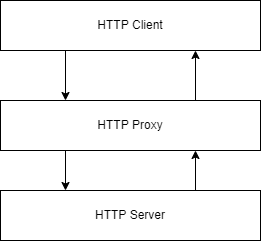
The draw.io diagram assignments/part_5_proxies/nginx_setup.drawio.png in bjartnes/http-workshop, before a commit. Source tidied: cells renumbered, new cells last; positions are measured from the earlier drawing's top-left corner, leaving out a move shared by most shapes. The source it was exported from:
```xml
<mxGraphModel>
  <root>
    <mxCell id="0" />
    <mxCell id="1" parent="0" />
    <mxCell id="2" style="edgeStyle=none;html=1;exitX=0.25;exitY=1;exitDx=0;exitDy=0;entryX=0.25;entryY=0;entryDx=0;entryDy=0;" parent="1" edge="1" source="3" target="6">
      <mxGeometry relative="1" as="geometry" />
    </mxCell>
    <mxCell id="3" value="HTTP Client" style="rounded=0;whiteSpace=wrap;html=1;" parent="1" vertex="1">
      <mxGeometry width="260" height="50" as="geometry" />
    </mxCell>
    <mxCell id="4" style="edgeStyle=none;html=1;exitX=0.25;exitY=1;exitDx=0;exitDy=0;entryX=0.25;entryY=0;entryDx=0;entryDy=0;" parent="1" edge="1" source="6" target="8">
      <mxGeometry relative="1" as="geometry" />
    </mxCell>
    <mxCell id="5" style="edgeStyle=none;html=1;exitX=0.75;exitY=0;exitDx=0;exitDy=0;entryX=0.75;entryY=1;entryDx=0;entryDy=0;" parent="1" edge="1" source="6" target="3">
      <mxGeometry relative="1" as="geometry" />
    </mxCell>
    <mxCell id="6" value="HTTP Proxy" style="rounded=0;whiteSpace=wrap;html=1;" parent="1" vertex="1">
      <mxGeometry y="100" width="260" height="50" as="geometry" />
    </mxCell>
    <mxCell id="7" style="edgeStyle=none;html=1;exitX=0.75;exitY=0;exitDx=0;exitDy=0;entryX=0.75;entryY=1;entryDx=0;entryDy=0;" parent="1" edge="1" source="8" target="6">
      <mxGeometry relative="1" as="geometry" />
    </mxCell>
    <mxCell id="8" value="HTTP Server" style="rounded=0;whiteSpace=wrap;html=1;" parent="1" vertex="1">
      <mxGeometry y="190" width="260" height="50" as="geometry" />
    </mxCell>
  </root>
</mxGraphModel>
```
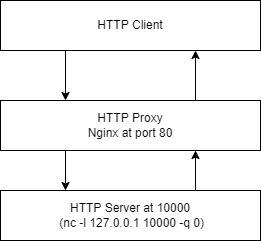
After the commit.

Change to the diagram source:
```diff
@@ -14,13 +14,13 @@
     <mxCell id="5" style="edgeStyle=none;html=1;exitX=0.75;exitY=0;exitDx=0;exitDy=0;entryX=0.75;entryY=1;entryDx=0;entryDy=0;" parent="1" edge="1" source="6" target="3">
       <mxGeometry relative="1" as="geometry" />
     </mxCell>
-    <mxCell id="6" value="HTTP Proxy" style="rounded=0;whiteSpace=wrap;html=1;" parent="1" vertex="1">
+    <mxCell id="6" value="HTTP Proxy&lt;br&gt;Nginx at port 80" style="rounded=0;whiteSpace=wrap;html=1;" parent="1" vertex="1">
       <mxGeometry y="100" width="260" height="50" as="geometry" />
     </mxCell>
     <mxCell id="7" style="edgeStyle=none;html=1;exitX=0.75;exitY=0;exitDx=0;exitDy=0;entryX=0.75;entryY=1;entryDx=0;entryDy=0;" parent="1" edge="1" source="8" target="6">
       <mxGeometry relative="1" as="geometry" />
     </mxCell>
-    <mxCell id="8" value="HTTP Server" style="rounded=0;whiteSpace=wrap;html=1;" parent="1" vertex="1">
+    <mxCell id="8" value="HTTP Server at 10000&lt;br&gt;&amp;nbsp;(nc -l 127.0.0.1 10000 -q 0)" style="rounded=0;whiteSpace=wrap;html=1;" parent="1" vertex="1">
       <mxGeometry y="190" width="260" height="50" as="geometry" />
     </mxCell>
   </root>
```
